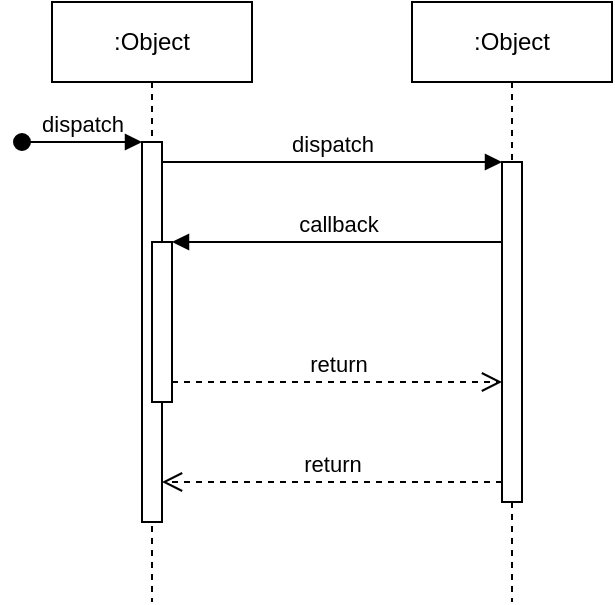
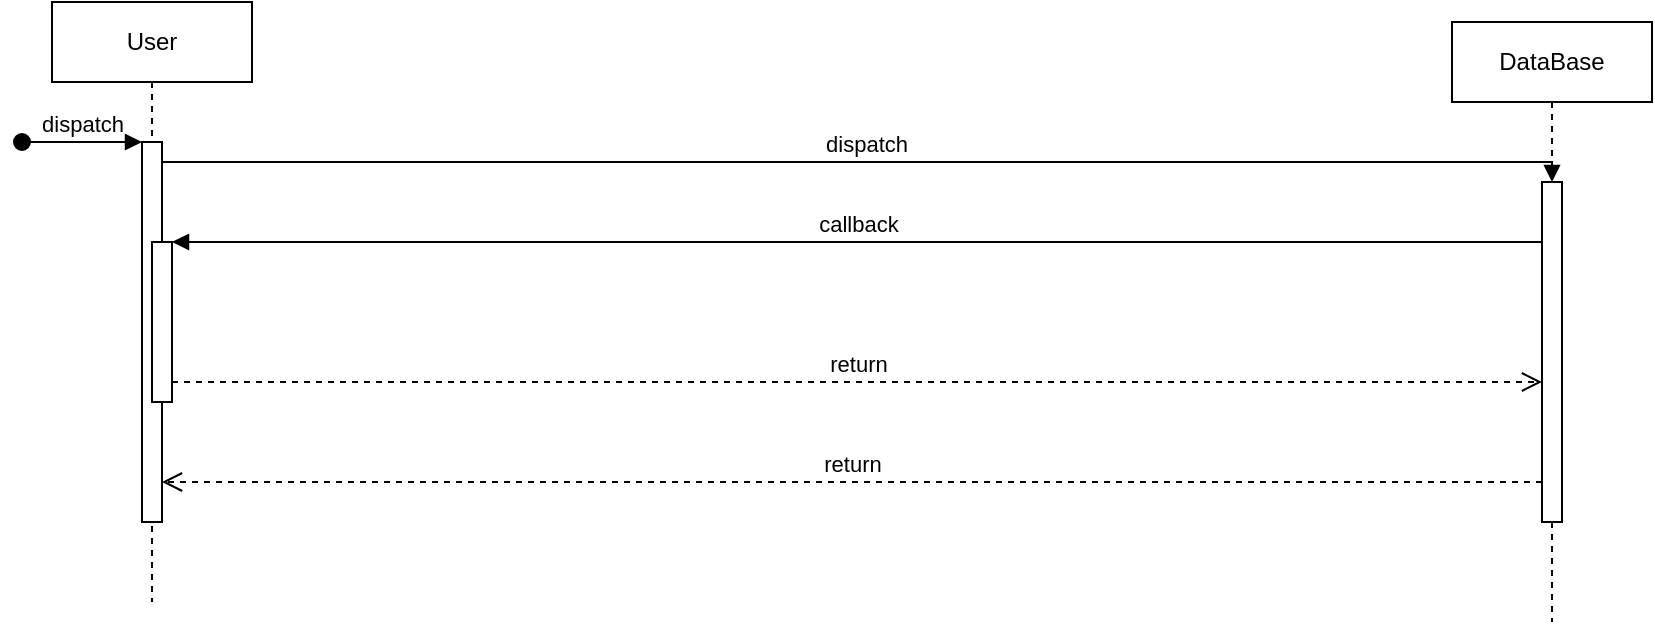
<mxfile host="app.diagrams.net" agent="5.0 (Macintosh; Intel Mac OS X 10_15_7) AppleWebKit/537.36 (KHTML, like Gecko) Chrome/109.0.0.0 Safari/537.36">
  <diagram name="Page-1" id="2YBvvXClWsGukQMizWep">
-     <mxGraphModel dx="1259" dy="1066" grid="1" gridSize="10" guides="1" tooltips="1" connect="1" arrows="1" fold="1" page="1" pageScale="1" pageWidth="850" pageHeight="1100" math="0" shadow="0">
+     <mxGraphModel dx="1088" dy="418" grid="1" gridSize="10" guides="1" tooltips="1" connect="1" arrows="1" fold="1" page="1" pageScale="1" pageWidth="850" pageHeight="1100" math="0" shadow="0">
      <root>
        <mxCell id="0" />
        <mxCell id="1" parent="0" />
-         <mxCell id="aM9ryv3xv72pqoxQDRHE-1" value=":Object" style="shape=umlLifeline;perimeter=lifelinePerimeter;whiteSpace=wrap;html=1;container=0;dropTarget=0;collapsible=0;recursiveResize=0;outlineConnect=0;portConstraint=eastwest;newEdgeStyle={&quot;edgeStyle&quot;:&quot;elbowEdgeStyle&quot;,&quot;elbow&quot;:&quot;vertical&quot;,&quot;curved&quot;:0,&quot;rounded&quot;:0};" vertex="1" parent="1">
-           <mxGeometry x="40" y="40" width="100" height="300" as="geometry" />
+         <mxCell id="aM9ryv3xv72pqoxQDRHE-1" parent="1" style="shape=umlLifeline;perimeter=lifelinePerimeter;whiteSpace=wrap;html=1;container=0;dropTarget=0;collapsible=0;recursiveResize=0;outlineConnect=0;portConstraint=eastwest;newEdgeStyle={&quot;edgeStyle&quot;:&quot;elbowEdgeStyle&quot;,&quot;elbow&quot;:&quot;vertical&quot;,&quot;curved&quot;:0,&quot;rounded&quot;:0};" value="User" vertex="1">
+           <mxGeometry height="300" width="100" x="40" y="40" as="geometry" />
        </mxCell>
-         <mxCell id="aM9ryv3xv72pqoxQDRHE-2" value="" style="html=1;points=[];perimeter=orthogonalPerimeter;outlineConnect=0;targetShapes=umlLifeline;portConstraint=eastwest;newEdgeStyle={&quot;edgeStyle&quot;:&quot;elbowEdgeStyle&quot;,&quot;elbow&quot;:&quot;vertical&quot;,&quot;curved&quot;:0,&quot;rounded&quot;:0};" vertex="1" parent="aM9ryv3xv72pqoxQDRHE-1">
-           <mxGeometry x="45" y="70" width="10" height="190" as="geometry" />
+         <mxCell id="aM9ryv3xv72pqoxQDRHE-2" parent="aM9ryv3xv72pqoxQDRHE-1" style="html=1;points=[];perimeter=orthogonalPerimeter;outlineConnect=0;targetShapes=umlLifeline;portConstraint=eastwest;newEdgeStyle={&quot;edgeStyle&quot;:&quot;elbowEdgeStyle&quot;,&quot;elbow&quot;:&quot;vertical&quot;,&quot;curved&quot;:0,&quot;rounded&quot;:0};" value="" vertex="1">
+           <mxGeometry height="190" width="10" x="45" y="70" as="geometry" />
        </mxCell>
-         <mxCell id="aM9ryv3xv72pqoxQDRHE-3" value="dispatch" style="html=1;verticalAlign=bottom;startArrow=oval;endArrow=block;startSize=8;edgeStyle=elbowEdgeStyle;elbow=vertical;curved=0;rounded=0;" edge="1" parent="aM9ryv3xv72pqoxQDRHE-1" target="aM9ryv3xv72pqoxQDRHE-2">
+         <mxCell id="aM9ryv3xv72pqoxQDRHE-3" edge="1" parent="aM9ryv3xv72pqoxQDRHE-1" style="html=1;verticalAlign=bottom;startArrow=oval;endArrow=block;startSize=8;edgeStyle=elbowEdgeStyle;elbow=vertical;curved=0;rounded=0;" target="aM9ryv3xv72pqoxQDRHE-2" value="dispatch">
          <mxGeometry relative="1" as="geometry">
            <mxPoint x="-15" y="70" as="sourcePoint" />
          </mxGeometry>
        </mxCell>
-         <mxCell id="aM9ryv3xv72pqoxQDRHE-4" value="" style="html=1;points=[];perimeter=orthogonalPerimeter;outlineConnect=0;targetShapes=umlLifeline;portConstraint=eastwest;newEdgeStyle={&quot;edgeStyle&quot;:&quot;elbowEdgeStyle&quot;,&quot;elbow&quot;:&quot;vertical&quot;,&quot;curved&quot;:0,&quot;rounded&quot;:0};" vertex="1" parent="aM9ryv3xv72pqoxQDRHE-1">
-           <mxGeometry x="50" y="120" width="10" height="80" as="geometry" />
+         <mxCell id="aM9ryv3xv72pqoxQDRHE-4" parent="aM9ryv3xv72pqoxQDRHE-1" style="html=1;points=[];perimeter=orthogonalPerimeter;outlineConnect=0;targetShapes=umlLifeline;portConstraint=eastwest;newEdgeStyle={&quot;edgeStyle&quot;:&quot;elbowEdgeStyle&quot;,&quot;elbow&quot;:&quot;vertical&quot;,&quot;curved&quot;:0,&quot;rounded&quot;:0};" value="" vertex="1">
+           <mxGeometry height="80" width="10" x="50" y="120" as="geometry" />
        </mxCell>
-         <mxCell id="aM9ryv3xv72pqoxQDRHE-5" value=":Object" style="shape=umlLifeline;perimeter=lifelinePerimeter;whiteSpace=wrap;html=1;container=0;dropTarget=0;collapsible=0;recursiveResize=0;outlineConnect=0;portConstraint=eastwest;newEdgeStyle={&quot;edgeStyle&quot;:&quot;elbowEdgeStyle&quot;,&quot;elbow&quot;:&quot;vertical&quot;,&quot;curved&quot;:0,&quot;rounded&quot;:0};" vertex="1" parent="1">
-           <mxGeometry x="220" y="40" width="100" height="300" as="geometry" />
+         <mxCell id="aM9ryv3xv72pqoxQDRHE-5" parent="1" style="shape=umlLifeline;perimeter=lifelinePerimeter;whiteSpace=wrap;html=1;container=0;dropTarget=0;collapsible=0;recursiveResize=0;outlineConnect=0;portConstraint=eastwest;newEdgeStyle={&quot;edgeStyle&quot;:&quot;elbowEdgeStyle&quot;,&quot;elbow&quot;:&quot;vertical&quot;,&quot;curved&quot;:0,&quot;rounded&quot;:0};" value="DataBase" vertex="1">
+           <mxGeometry height="300" width="100" x="740" y="50" as="geometry" />
        </mxCell>
-         <mxCell id="aM9ryv3xv72pqoxQDRHE-6" value="" style="html=1;points=[];perimeter=orthogonalPerimeter;outlineConnect=0;targetShapes=umlLifeline;portConstraint=eastwest;newEdgeStyle={&quot;edgeStyle&quot;:&quot;elbowEdgeStyle&quot;,&quot;elbow&quot;:&quot;vertical&quot;,&quot;curved&quot;:0,&quot;rounded&quot;:0};" vertex="1" parent="aM9ryv3xv72pqoxQDRHE-5">
-           <mxGeometry x="45" y="80" width="10" height="170" as="geometry" />
+         <mxCell id="aM9ryv3xv72pqoxQDRHE-6" parent="aM9ryv3xv72pqoxQDRHE-5" style="html=1;points=[];perimeter=orthogonalPerimeter;outlineConnect=0;targetShapes=umlLifeline;portConstraint=eastwest;newEdgeStyle={&quot;edgeStyle&quot;:&quot;elbowEdgeStyle&quot;,&quot;elbow&quot;:&quot;vertical&quot;,&quot;curved&quot;:0,&quot;rounded&quot;:0};" value="" vertex="1">
+           <mxGeometry height="170" width="10" x="45" y="80" as="geometry" />
        </mxCell>
-         <mxCell id="aM9ryv3xv72pqoxQDRHE-7" value="dispatch" style="html=1;verticalAlign=bottom;endArrow=block;edgeStyle=elbowEdgeStyle;elbow=vertical;curved=0;rounded=0;" edge="1" parent="1" source="aM9ryv3xv72pqoxQDRHE-2" target="aM9ryv3xv72pqoxQDRHE-6">
+         <mxCell id="aM9ryv3xv72pqoxQDRHE-7" edge="1" parent="1" source="aM9ryv3xv72pqoxQDRHE-2" style="html=1;verticalAlign=bottom;endArrow=block;edgeStyle=elbowEdgeStyle;elbow=vertical;curved=0;rounded=0;" target="aM9ryv3xv72pqoxQDRHE-6" value="dispatch">
          <mxGeometry relative="1" as="geometry">
-             <mxPoint x="195" y="130" as="sourcePoint" />
            <Array as="points">
              <mxPoint x="180" y="120" />
            </Array>
+             <mxPoint x="195" y="130" as="sourcePoint" />
          </mxGeometry>
        </mxCell>
-         <mxCell id="aM9ryv3xv72pqoxQDRHE-8" value="return" style="html=1;verticalAlign=bottom;endArrow=open;dashed=1;endSize=8;edgeStyle=elbowEdgeStyle;elbow=vertical;curved=0;rounded=0;" edge="1" parent="1" source="aM9ryv3xv72pqoxQDRHE-6" target="aM9ryv3xv72pqoxQDRHE-2">
+         <mxCell id="aM9ryv3xv72pqoxQDRHE-8" edge="1" parent="1" source="aM9ryv3xv72pqoxQDRHE-6" style="html=1;verticalAlign=bottom;endArrow=open;dashed=1;endSize=8;edgeStyle=elbowEdgeStyle;elbow=vertical;curved=0;rounded=0;" target="aM9ryv3xv72pqoxQDRHE-2" value="return">
          <mxGeometry relative="1" as="geometry">
-             <mxPoint x="195" y="205" as="targetPoint" />
            <Array as="points">
              <mxPoint x="190" y="280" />
            </Array>
+             <mxPoint x="195" y="205" as="targetPoint" />
          </mxGeometry>
        </mxCell>
-         <mxCell id="aM9ryv3xv72pqoxQDRHE-9" value="callback" style="html=1;verticalAlign=bottom;endArrow=block;edgeStyle=elbowEdgeStyle;elbow=vertical;curved=0;rounded=0;" edge="1" parent="1" source="aM9ryv3xv72pqoxQDRHE-6" target="aM9ryv3xv72pqoxQDRHE-4">
+         <mxCell id="aM9ryv3xv72pqoxQDRHE-9" edge="1" parent="1" source="aM9ryv3xv72pqoxQDRHE-6" style="html=1;verticalAlign=bottom;endArrow=block;edgeStyle=elbowEdgeStyle;elbow=vertical;curved=0;rounded=0;" target="aM9ryv3xv72pqoxQDRHE-4" value="callback">
          <mxGeometry relative="1" as="geometry">
-             <mxPoint x="175" y="160" as="sourcePoint" />
            <Array as="points">
              <mxPoint x="190" y="160" />
            </Array>
+             <mxPoint x="175" y="160" as="sourcePoint" />
          </mxGeometry>
        </mxCell>
-         <mxCell id="aM9ryv3xv72pqoxQDRHE-10" value="return" style="html=1;verticalAlign=bottom;endArrow=open;dashed=1;endSize=8;edgeStyle=elbowEdgeStyle;elbow=vertical;curved=0;rounded=0;" edge="1" parent="1" source="aM9ryv3xv72pqoxQDRHE-4" target="aM9ryv3xv72pqoxQDRHE-6">
+         <mxCell id="aM9ryv3xv72pqoxQDRHE-10" edge="1" parent="1" source="aM9ryv3xv72pqoxQDRHE-4" style="html=1;verticalAlign=bottom;endArrow=open;dashed=1;endSize=8;edgeStyle=elbowEdgeStyle;elbow=vertical;curved=0;rounded=0;" target="aM9ryv3xv72pqoxQDRHE-6" value="return">
          <mxGeometry relative="1" as="geometry">
-             <mxPoint x="175" y="235" as="targetPoint" />
            <Array as="points">
              <mxPoint x="180" y="230" />
            </Array>
+             <mxPoint x="175" y="235" as="targetPoint" />
          </mxGeometry>
        </mxCell>
      </root>
    </mxGraphModel>
  </diagram>
</mxfile>
